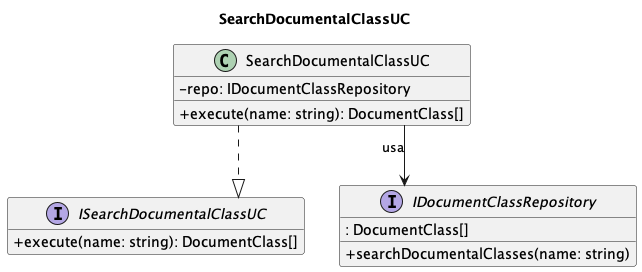
The PlantUML diagram out/3_PB/DocumentiEsterni/DiagrammiSpecificaTecnica/C4/C4_backend_Search/C4_backend_Search-1.png in 7-ZPUs/Docs, before a commit.
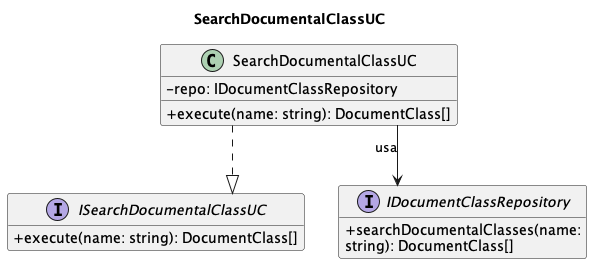
Above is the later version.

Commit message:
Corretti diagrammi search

Diff of the diagram source:
```diff
@@ -13,8 +13,8 @@
     + execute(name: string): DocumentClass[]
 }
 interface IDocumentClassRepository {
-    + searchDocumentalClasses(name: string)
-    : DocumentClass[]
+    + searchDocumentalClasses(name:
+    string): DocumentClass[]
 }
 
 SearchDocumentalClassUC ..|> ISearchDocumentalClassUC
```
